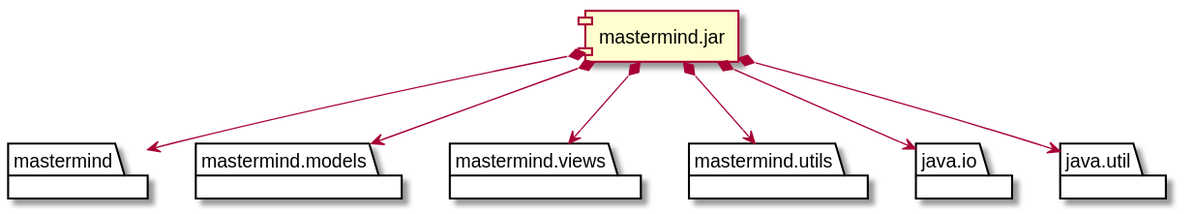
This is docs/build/docs/asciidoc/images/diagramaImplementacion.svg from amartinm82/mastermind, a PlantUML export, as it was before one commit.
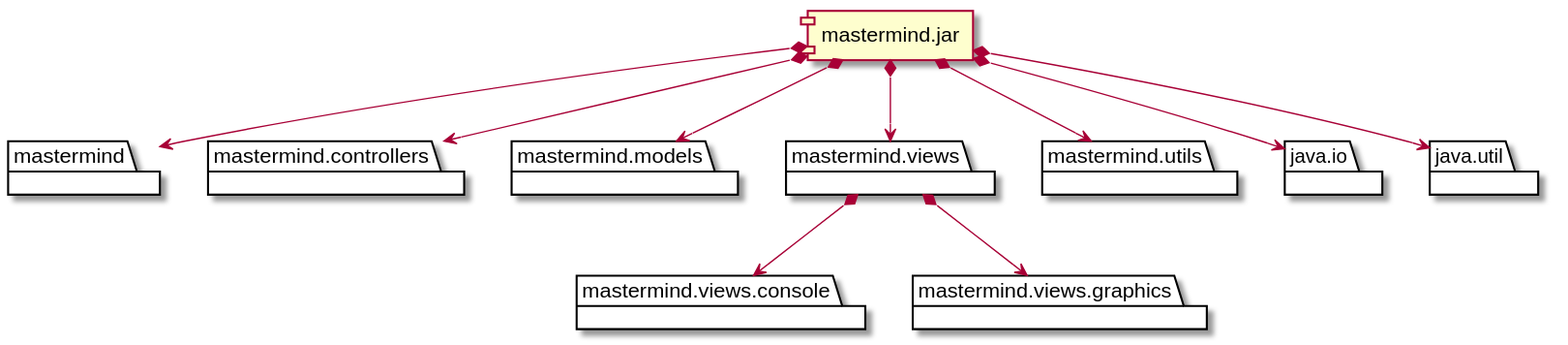
The same diagram one commit later.

What changed in the source:
```diff
@@ -2,9 +2,15 @@
 
 package "  "  as mastermind {
 }
+package "  "  as mastermind.controllers {
+}
 package "  "  as mastermind.models {
 }
 package "  "  as mastermind.views {
+}
+package "  "  as mastermind.views.console {
+}
+package "  "  as mastermind.views.graphics {
 }
 package "  "  as mastermind.utils {
 }
@@ -16,8 +22,11 @@
 [mastermind.jar] as jar
 
 jar *--> mastermind
+jar *--> mastermind.controllers
 jar *--> mastermind.models
 jar *--> mastermind.views
+mastermind.views *--> mastermind.views.console
+mastermind.views *--> mastermind.views.graphics
 jar *--> mastermind.utils
 jar *--> java.io
 jar *--> java.util
```
